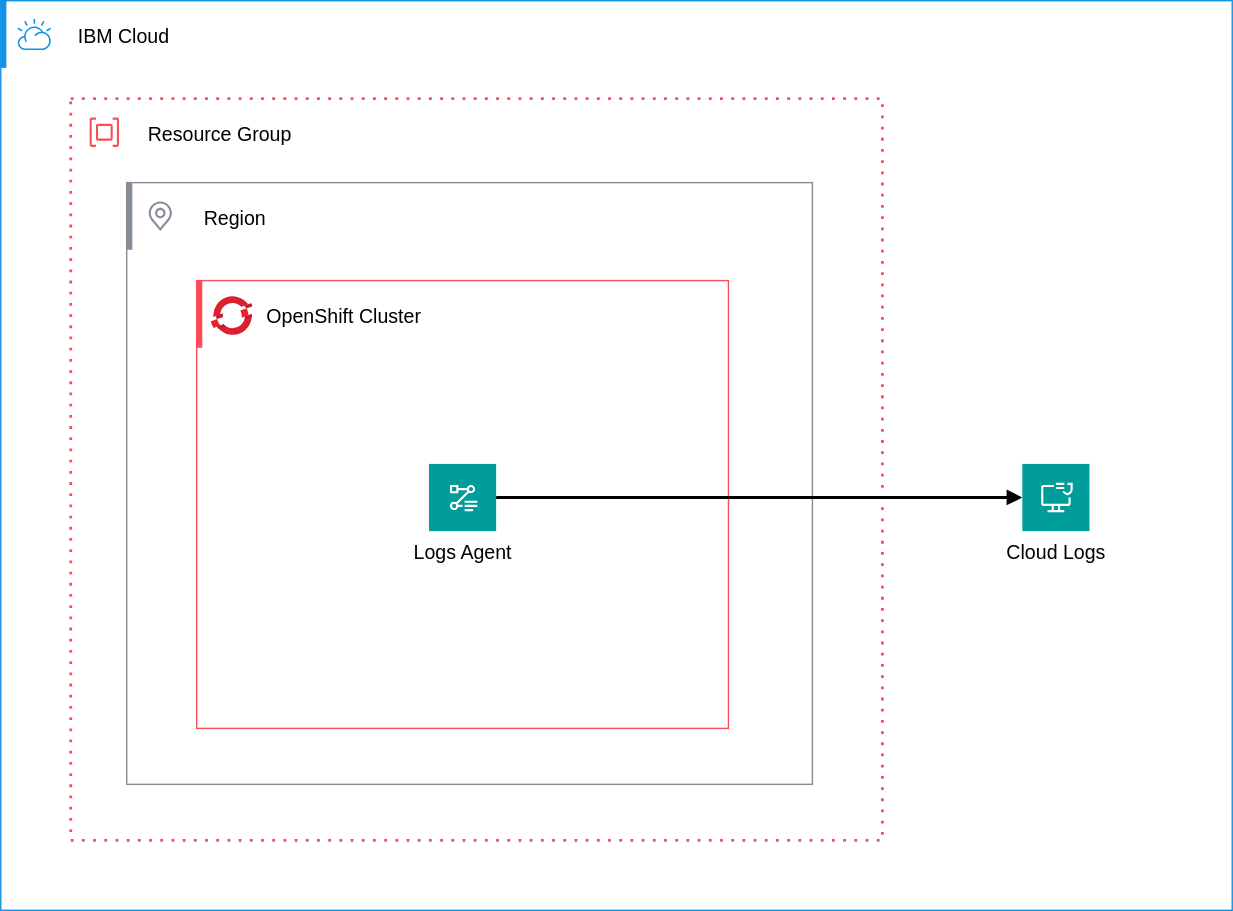
Earlier version of the draw.io export reference-architecture/deployable-architecture-logs-agent.svg (terraform-ibm-modules/terraform-ibm-logs-agent). Source tidied: cells renumbered, new cells last; positions are measured from the earlier drawing's top-left corner, leaving out a move shared by most shapes.
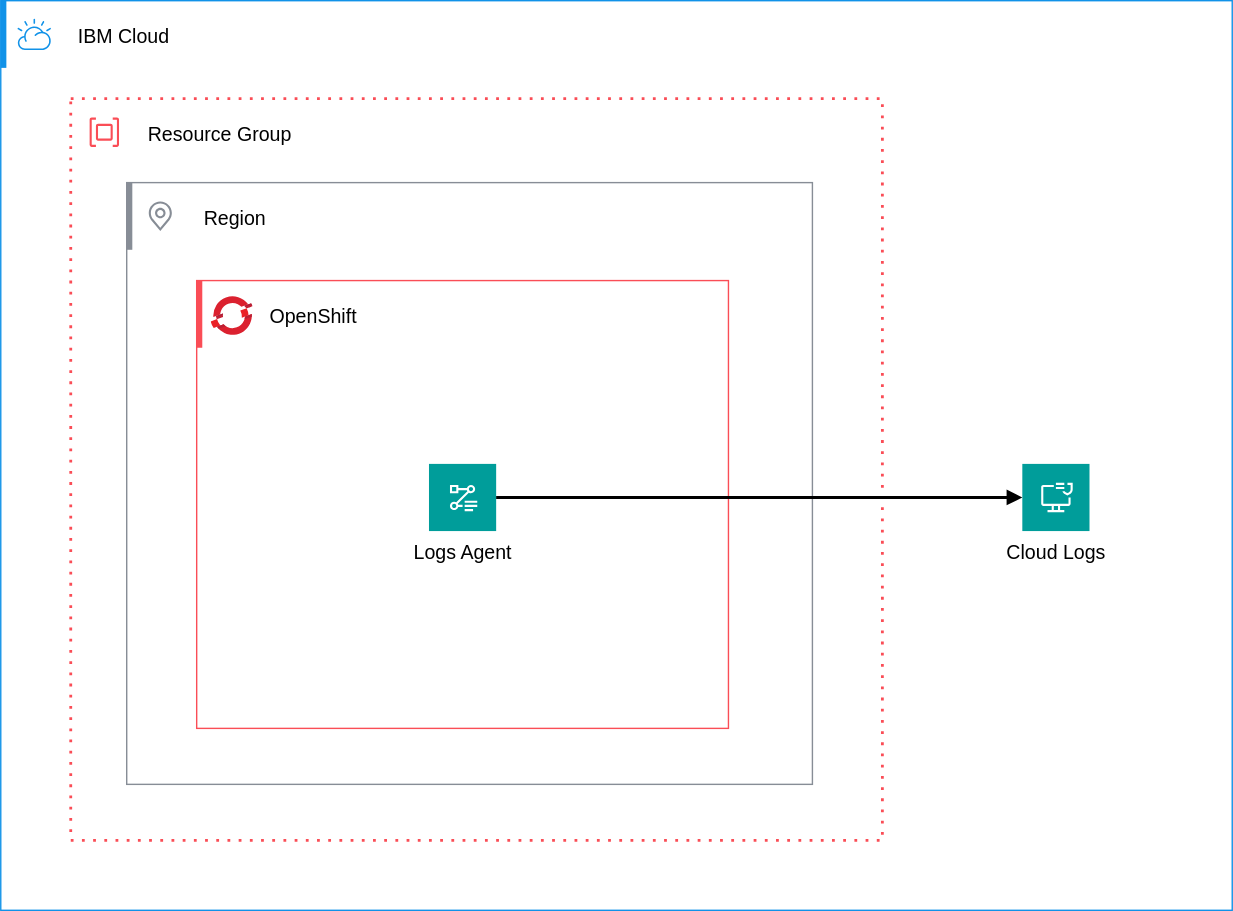
Later version of the same file.

Commit message:
fix: Update .catalog-onboard-pipeline.yaml with SCC info

What changed in the source:
```diff
@@ -56,8 +56,8 @@
     <mxCell id="16" style="image;html=1;align=center;fontSize=12;image=img/lib/azure2/containers/Azure_Red_Hat_OpenShift.svg;" parent="14" vertex="1">
       <mxGeometry x="10" y="10" width="30" height="30" as="geometry" />
     </mxCell>
-    <mxCell id="17" value="OpenShift Cluster" style="text;strokeColor=none;align=center;fillColor=none;html=1;verticalAlign=middle;whiteSpace=wrap;rounded=0;fontSize=14;" parent="14" vertex="1">
-      <mxGeometry x="40" y="10" width="130" height="30" as="geometry" />
+    <mxCell id="17" value="OpenShift" style="text;strokeColor=none;align=left;fillColor=none;html=1;verticalAlign=middle;whiteSpace=wrap;rounded=0;fontSize=14;" parent="14" vertex="1">
+      <mxGeometry x="50" y="10" width="130" height="30" as="geometry" />
     </mxCell>
     <mxCell id="18" value="Logs Agent" style="shape=rect;fillColor=#009D9A;labelPosition=center;verticalLabelPosition=bottom;align=center;verticalAlign=top;strokeColor=none;fontSize=14;" parent="14" vertex="1">
       <mxGeometry x="166" y="131" width="48" height="48" as="geometry" />
```
